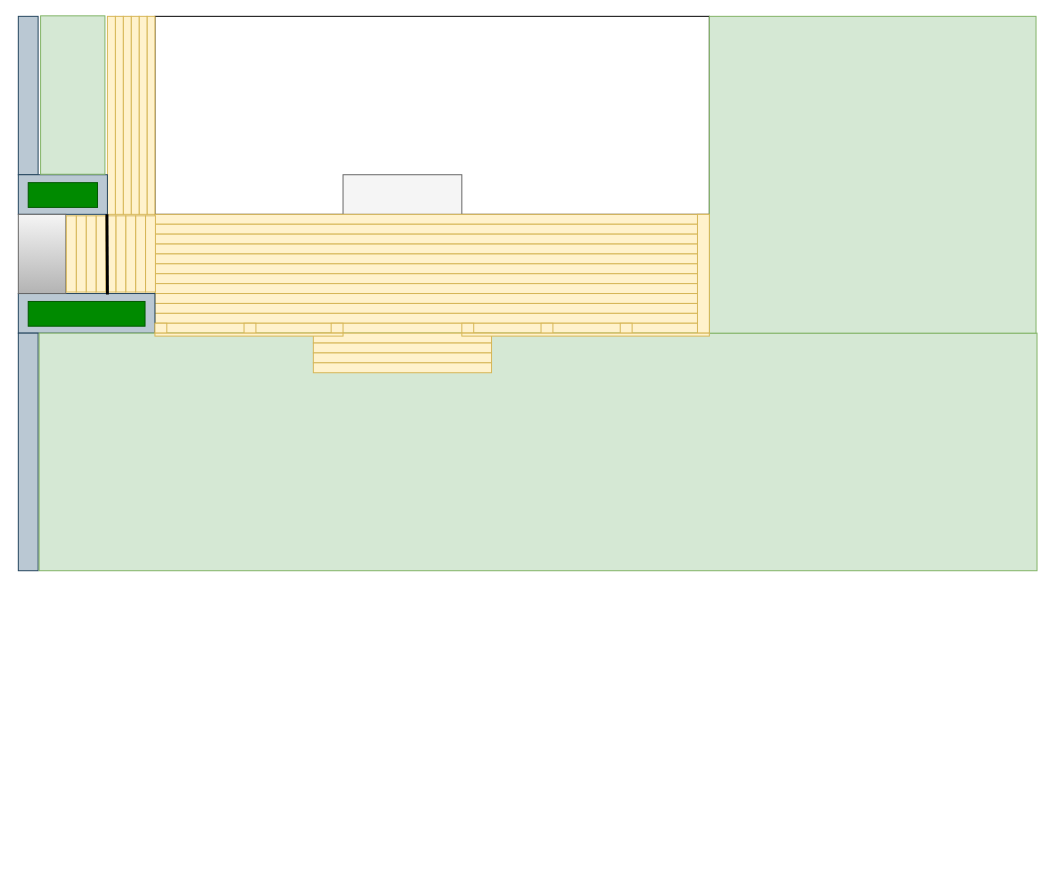
This is Untitled Diagram.drawio from fagerholm/DrawIO, a draw.io file, before an edit. Source tidied: cells renumbered, new cells numbered last; positions are measured from the earlier drawing's top-left corner, leaving out a move shared by most shapes. Both pictures are drawn from the tidied source at 99%, with x=0, y=0 at pixel (-7, 16).
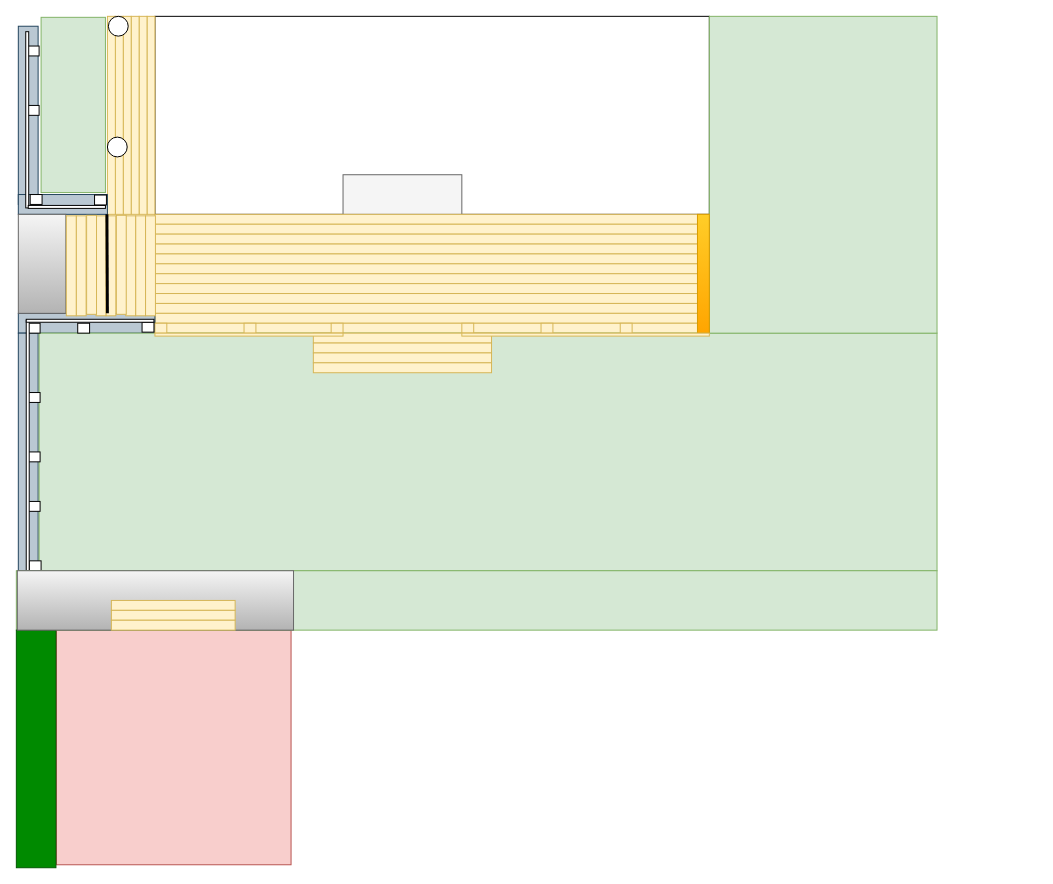
Above is the later version.

The edit, as a diff of the source:
```diff
@@
     <mxCell id="22" style="rounded=0;whiteSpace=wrap;html=1;fillColor=#bac8d3;strokeColor=#23445d;" parent="1" vertex="1">
-      <mxGeometry x="25" width="20" height="160" as="geometry" />
+      <mxGeometry x="25" y="10" width="20" height="180" as="geometry" />
     </mxCell>
     <mxCell id="23" style="rounded=0;whiteSpace=wrap;html=1;fillColor=#bac8d3;strokeColor=#23445d;" parent="1" vertex="1">
-      <mxGeometry x="25" y="160" width="90" height="40" as="geometry" />
+      <mxGeometry x="25" y="180" width="90" height="20" as="geometry" />
     </mxCell>
     <mxCell id="24" style="rounded=0;whiteSpace=wrap;html=1;fillColor=#bac8d3;strokeColor=#23445d;" parent="1" vertex="1">
-      <mxGeometry x="25" y="280" width="138" height="40" as="geometry" />
+      <mxGeometry x="25" y="300" width="138" height="20" as="geometry" />
     </mxCell>
     <mxCell id="25" style="rounded=0;whiteSpace=wrap;html=1;rotation=-90;fillColor=#d5e8d4;strokeColor=#82b366;" parent="1" vertex="1">
-      <mxGeometry y="47" width="160" height="65" as="geometry" />
+      <mxGeometry x="-8" y="57" width="177" height="65" as="geometry" />
     </mxCell>
-    <mxCell id="26" style="rounded=0;whiteSpace=wrap;html=1;fillColor=#008a00;strokeColor=#005700;fontColor=#ffffff;" parent="1" vertex="1">
-      <mxGeometry x="35" y="168" width="70" height="25" as="geometry" />
-    </mxCell>
-    <mxCell id="27" style="rounded=0;whiteSpace=wrap;html=1;fillColor=#008a00;strokeColor=#005700;fontColor=#ffffff;" parent="1" vertex="1">
-      <mxGeometry x="35" y="288" width="118" height="25" as="geometry" />
-    </mxCell>
@@
     <mxCell id="29" style="rounded=0;whiteSpace=wrap;html=1;rotation=0;fillColor=#d5e8d4;strokeColor=#82b366;" parent="1" vertex="1">
-      <mxGeometry x="46" y="320" width="1008" height="240" as="geometry" />
+      <mxGeometry x="46" y="320" width="907" height="240" as="geometry" />
     </mxCell>
     <mxCell id="30" style="rounded=0;whiteSpace=wrap;html=1;rotation=0;fillColor=#d5e8d4;strokeColor=#82b366;" parent="1" vertex="1">
-      <mxGeometry x="723" width="330" height="320" as="geometry" />
+      <mxGeometry x="723" width="230" height="320" as="geometry" />
     </mxCell>
-    <mxCell id="31" style="rounded=0;whiteSpace=wrap;html=1;fillColor=#fff2cc;strokeColor=#d6b656;" parent="1" vertex="1">
+    <mxCell id="31" style="rounded=0;whiteSpace=wrap;html=1;fillColor=#ffcd28;strokeColor=#d79b00;gradientColor=#ffa500;" parent="1" vertex="1">
       <mxGeometry x="711" y="200" width="12" height="120" as="geometry" />
     </mxCell>
@@
     <mxCell id="44" style="rounded=0;whiteSpace=wrap;html=1;rotation=90;fillColor=#fff2cc;strokeColor=#d6b656;" parent="1" vertex="1">
-      <mxGeometry x="120" y="235" width="77" height="10" as="geometry" />
+      <mxGeometry x="108" y="247" width="101" height="10" as="geometry" />
     </mxCell>
     <mxCell id="45" style="rounded=0;whiteSpace=wrap;html=1;rotation=90;fillColor=#fff2cc;strokeColor=#d6b656;" parent="1" vertex="1">
-      <mxGeometry x="110" y="235" width="77" height="10" as="geometry" />
+      <mxGeometry x="98" y="247" width="101" height="10" as="geometry" />
     </mxCell>
     <mxCell id="46" style="rounded=0;whiteSpace=wrap;html=1;rotation=90;fillColor=#fff2cc;strokeColor=#d6b656;" parent="1" vertex="1">
-      <mxGeometry x="100" y="235" width="77" height="10" as="geometry" />
+      <mxGeometry x="88" y="247" width="101" height="10" as="geometry" />
     </mxCell>
     <mxCell id="47" style="rounded=0;whiteSpace=wrap;html=1;rotation=90;fillColor=#fff2cc;strokeColor=#d6b656;" parent="1" vertex="1">
-      <mxGeometry x="90" y="235" width="77" height="10" as="geometry" />
+      <mxGeometry x="79" y="246" width="100" height="10" as="geometry" />
     </mxCell>
     <mxCell id="48" style="rounded=0;whiteSpace=wrap;html=1;rotation=90;fillColor=#fff2cc;strokeColor=#d6b656;" parent="1" vertex="1">
-      <mxGeometry x="80" y="235" width="77" height="10" as="geometry" />
+      <mxGeometry x="68" y="247" width="101" height="10" as="geometry" />
     </mxCell>
     <mxCell id="49" style="rounded=0;whiteSpace=wrap;html=1;fillColor=#f5f5f5;strokeColor=#666666;gradientColor=#b3b3b3;" parent="1" vertex="1">
-      <mxGeometry x="25" y="200" width="48" height="80" as="geometry" />
+      <mxGeometry x="25" y="200" width="48" height="100" as="geometry" />
     </mxCell>
     <mxCell id="50" style="rounded=0;whiteSpace=wrap;html=1;rotation=90;fillColor=#fff2cc;strokeColor=#d6b656;" parent="1" vertex="1">
-      <mxGeometry x="70" y="235" width="77" height="10" as="geometry" />
+      <mxGeometry x="58" y="247" width="101" height="10" as="geometry" />
     </mxCell>
     <mxCell id="51" style="rounded=0;whiteSpace=wrap;html=1;rotation=90;fillColor=#fff2cc;strokeColor=#d6b656;" parent="1" vertex="1">
-      <mxGeometry x="60" y="235" width="77" height="10" as="geometry" />
+      <mxGeometry x="49" y="246" width="100" height="10" as="geometry" />
     </mxCell>
     <mxCell id="52" style="rounded=0;whiteSpace=wrap;html=1;rotation=90;fillColor=#fff2cc;strokeColor=#d6b656;" parent="1" vertex="1">
-      <mxGeometry x="50" y="235" width="77" height="10" as="geometry" />
+      <mxGeometry x="38" y="247" width="101" height="10" as="geometry" />
     </mxCell>
     <mxCell id="53" style="rounded=0;whiteSpace=wrap;html=1;rotation=90;fillColor=#fff2cc;strokeColor=#d6b656;" parent="1" vertex="1">
-      <mxGeometry x="40" y="235" width="77" height="10" as="geometry" />
+      <mxGeometry x="28" y="247" width="101" height="10" as="geometry" />
     </mxCell>
-    <mxCell id="54" style="endArrow=none;html=1;strokeWidth=3;" parent="1" edge="1">
+    <mxCell id="54" style="endArrow=none;html=1;strokeWidth=3;exitX=0.652;exitY=0;exitDx=0;exitDy=0;exitPerimeter=0;" parent="1" edge="1" source="24">
       <mxGeometry relative="1" as="geometry">
-        <mxPoint x="115" y="281" as="sourcePoint" />
         <mxPoint x="114.5" y="200" as="targetPoint" />
       </mxGeometry>
     </mxCell>
+    <mxCell id="55" style="rounded=0;whiteSpace=wrap;html=1;" parent="1" vertex="1">
+      <mxGeometry x="37" y="180" width="12" height="10" as="geometry" />
+    </mxCell>
+    <mxCell id="56" style="rounded=0;whiteSpace=wrap;html=1;" parent="1" vertex="1">
+      <mxGeometry x="34" y="90" width="12" height="10" as="geometry" />
+    </mxCell>
+    <mxCell id="57" style="rounded=0;whiteSpace=wrap;html=1;" parent="1" vertex="1">
+      <mxGeometry x="34" y="30" width="12" height="10" as="geometry" />
+    </mxCell>
+    <mxCell id="58" style="rounded=0;whiteSpace=wrap;html=1;" parent="1" vertex="1">
+      <mxGeometry x="35" y="310" width="12" height="10" as="geometry" />
+    </mxCell>
+    <mxCell id="59" style="rounded=0;whiteSpace=wrap;html=1;" parent="1" vertex="1">
+      <mxGeometry x="35" y="380" width="12" height="10" as="geometry" />
+    </mxCell>
+    <mxCell id="60" style="rounded=0;whiteSpace=wrap;html=1;" parent="1" vertex="1">
+      <mxGeometry x="35" y="440" width="12" height="10" as="geometry" />
+    </mxCell>
+    <mxCell id="61" style="rounded=0;whiteSpace=wrap;html=1;" parent="1" vertex="1">
+      <mxGeometry x="35" y="490" width="12" height="10" as="geometry" />
+    </mxCell>
+    <mxCell id="62" style="rounded=0;whiteSpace=wrap;html=1;" parent="1" vertex="1">
+      <mxGeometry x="36" y="550" width="12" height="10" as="geometry" />
+    </mxCell>
+    <mxCell id="63" style="rounded=0;whiteSpace=wrap;html=1;rotation=90;" parent="1" vertex="1">
+      <mxGeometry x="-55" y="103" width="178" height="3" as="geometry" />
+    </mxCell>
+    <mxCell id="64" style="rounded=0;whiteSpace=wrap;html=1;rotation=90;" parent="1" vertex="1">
+      <mxGeometry x="-92" y="432" width="253" height="3" as="geometry" />
+    </mxCell>
+    <mxCell id="65" style="whiteSpace=wrap;html=1;fillColor=#f8cecc;strokeColor=#b85450;" parent="1" vertex="1">
+      <mxGeometry x="63.5" y="620" width="237" height="237" as="geometry" />
+    </mxCell>
+    <mxCell id="66" style="rounded=0;whiteSpace=wrap;html=1;rotation=0;fillColor=#d5e8d4;strokeColor=#82b366;" parent="1" vertex="1">
+      <mxGeometry x="23" y="560" width="930" height="60" as="geometry" />
+    </mxCell>
+    <mxCell id="67" style="rounded=0;whiteSpace=wrap;html=1;rotation=0;fillColor=#008a00;strokeColor=#005700;fontColor=#ffffff;" parent="1" vertex="1">
+      <mxGeometry x="23" y="620" width="40" height="240" as="geometry" />
+    </mxCell>
+    <mxCell id="68" style="rounded=0;whiteSpace=wrap;html=1;fillColor=#f5f5f5;strokeColor=#666666;gradientColor=#b3b3b3;" parent="1" vertex="1">
+      <mxGeometry x="24" y="560" width="279" height="60" as="geometry" />
+    </mxCell>
+    <mxCell id="69" style="rounded=0;whiteSpace=wrap;html=1;fillColor=#fff2cc;strokeColor=#d6b656;" parent="1" vertex="1">
+      <mxGeometry x="119" y="590" width="125" height="10" as="geometry" />
+    </mxCell>
+    <mxCell id="70" style="rounded=0;whiteSpace=wrap;html=1;fillColor=#fff2cc;strokeColor=#d6b656;" parent="1" vertex="1">
+      <mxGeometry x="119" y="600" width="125" height="10" as="geometry" />
+    </mxCell>
+    <mxCell id="71" style="rounded=0;whiteSpace=wrap;html=1;fillColor=#fff2cc;strokeColor=#d6b656;" parent="1" vertex="1">
+      <mxGeometry x="119" y="610" width="125" height="10" as="geometry" />
+    </mxCell>
+    <mxCell id="72" style="ellipse;whiteSpace=wrap;html=1;" parent="1" vertex="1">
+      <mxGeometry x="115" y="122" width="20" height="20" as="geometry" />
+    </mxCell>
+    <mxCell id="73" style="ellipse;whiteSpace=wrap;html=1;" parent="1" vertex="1">
+      <mxGeometry x="116" width="20" height="20" as="geometry" />
+    </mxCell>
+    <mxCell id="74" style="rounded=0;whiteSpace=wrap;html=1;" parent="1" vertex="1">
+      <mxGeometry x="85" y="310" width="12" height="10" as="geometry" />
+    </mxCell>
+    <mxCell id="75" style="rounded=0;whiteSpace=wrap;html=1;" parent="1" vertex="1">
+      <mxGeometry x="150" y="309" width="12" height="10" as="geometry" />
+    </mxCell>
+    <mxCell id="76" style="rounded=0;whiteSpace=wrap;html=1;rotation=0;" parent="1" vertex="1">
+      <mxGeometry x="33" y="306" width="129" height="3" as="geometry" />
+    </mxCell>
+    <mxCell id="77" style="rounded=0;whiteSpace=wrap;html=1;rotation=0;" parent="1" vertex="1">
+      <mxGeometry x="35" y="191" width="78" height="3" as="geometry" />
+    </mxCell>
+    <mxCell id="78" style="rounded=0;whiteSpace=wrap;html=1;" parent="1" vertex="1">
+      <mxGeometry x="102" y="180.5" width="12" height="10" as="geometry" />
+    </mxCell>
```
